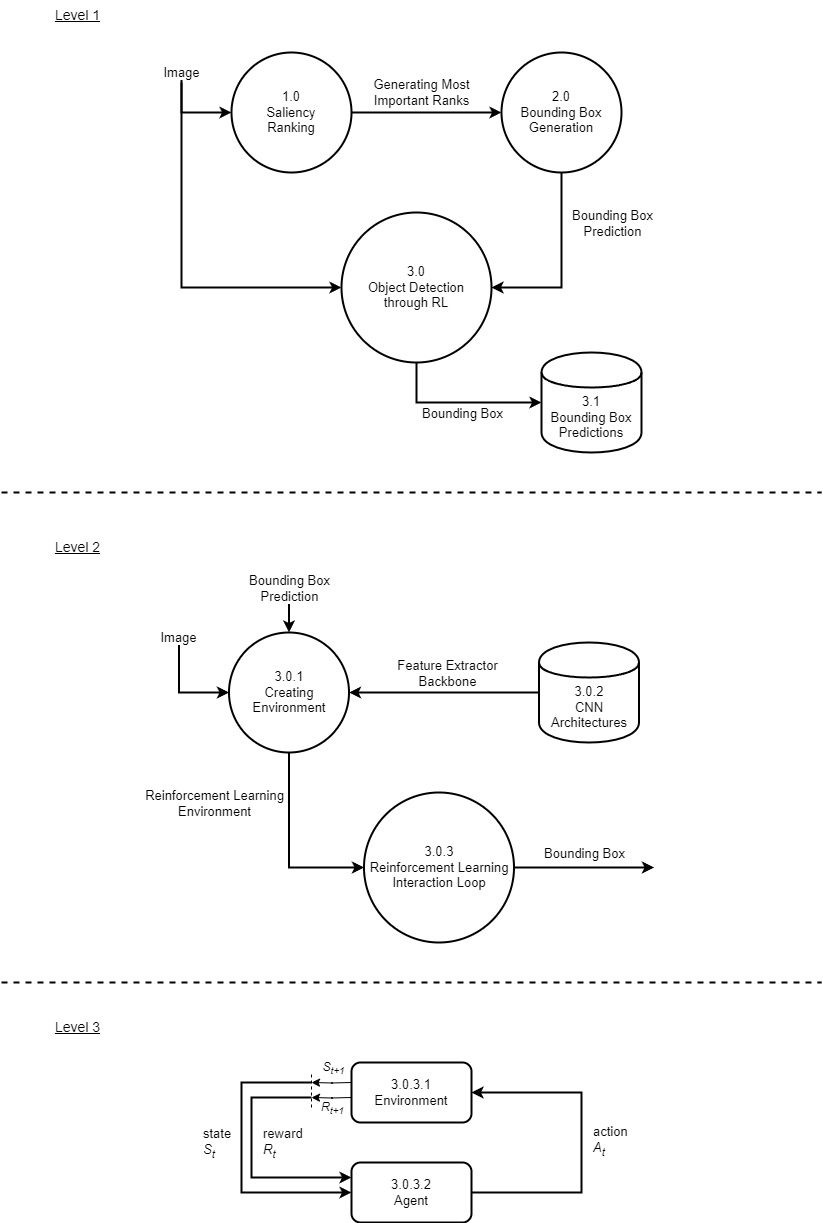
This is Diagrams/DFD.png from mbar0075/SaRLVision, a draw.io export, as it was before one commit. Source tidied: cells renumbered, new cells last; positions are measured from the earlier drawing's top-left corner, leaving out a move shared by most shapes.
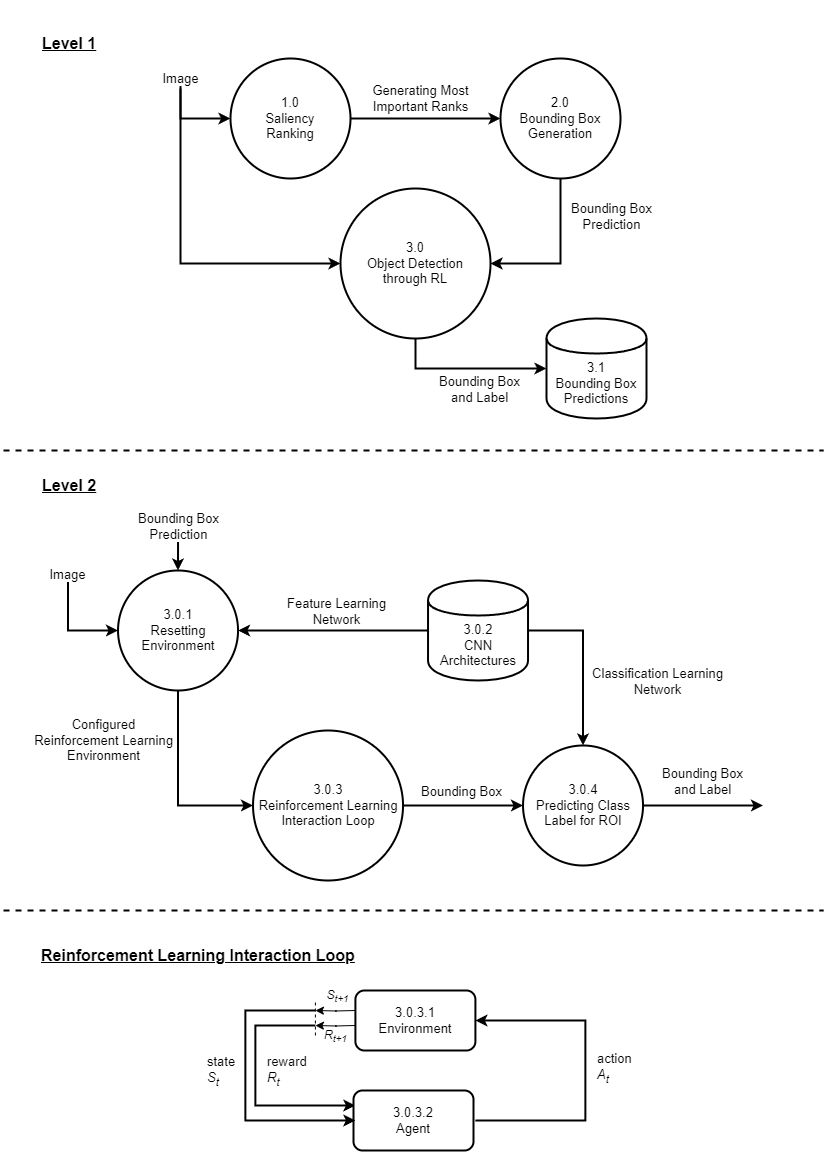
After the commit.

The edit, as a diff of the source:
```diff
@@ -4,10 +4,10 @@
     <mxCell id="1" parent="0" />
     <mxCell id="2" value="&lt;font style=&quot;font-size: 13px;&quot;&gt;Image&lt;/font&gt;" style="edgeStyle=orthogonalEdgeStyle;rounded=0;jettySize=auto;html=1;entryX=0;entryY=0.5;entryDx=0;entryDy=0;strokeWidth=2;" parent="1" edge="1" target="4">
       <mxGeometry x="-1" relative="1" as="geometry">
-        <mxPoint x="180" y="72" as="sourcePoint" />
+        <mxPoint x="176" y="50" as="sourcePoint" />
         <Array as="points">
-          <mxPoint x="180" y="72" />
-          <mxPoint x="180" y="112" />
+          <mxPoint x="176" y="50" />
+          <mxPoint x="176" y="90" />
         </Array>
       </mxGeometry>
     </mxCell>
@@ -15,7 +15,7 @@
       <mxGeometry x="-0.07" y="20" relative="1" as="geometry" />
     </mxCell>
     <mxCell id="4" value="&lt;font style=&quot;font-size: 13px;&quot;&gt;1.0&lt;br&gt;Saliency &lt;br&gt;Ranking&lt;/font&gt;" style="shape=ellipse;html=1;dashed=0;whiteSpace=wrap;perimeter=ellipsePerimeter;strokeWidth=2;" parent="1" vertex="1">
-      <mxGeometry x="230" y="52" width="120" height="120" as="geometry" />
+      <mxGeometry x="226" y="30" width="120" height="120" as="geometry" />
     </mxCell>
     <mxCell id="5" style="edgeStyle=orthogonalEdgeStyle;rounded=0;jettySize=auto;html=1;exitX=0.5;exitY=1;exitDx=0;exitDy=0;entryX=1;entryY=0.5;entryDx=0;entryDy=0;strokeWidth=2;" parent="1" edge="1" source="7" target="11">
       <mxGeometry relative="1" as="geometry" />
@@ -26,48 +26,48 @@
       </mxGeometry>
     </mxCell>
     <mxCell id="7" value="&lt;font style=&quot;font-size: 13px;&quot;&gt;2.0&lt;br&gt;Bounding Box&lt;br&gt;Generation&lt;br&gt;&lt;/font&gt;" style="shape=ellipse;html=1;dashed=0;whiteSpace=wrap;perimeter=ellipsePerimeter;strokeWidth=2;" parent="1" vertex="1">
-      <mxGeometry x="500" y="52" width="120" height="120" as="geometry" />
+      <mxGeometry x="496" y="30" width="120" height="120" as="geometry" />
     </mxCell>
     <mxCell id="8" style="edgeStyle=orthogonalEdgeStyle;rounded=0;jettySize=auto;html=1;entryX=0;entryY=0.5;entryDx=0;entryDy=0;strokeWidth=2;" parent="1" edge="1" target="11">
       <mxGeometry relative="1" as="geometry">
-        <mxPoint x="180" y="82" as="sourcePoint" />
+        <mxPoint x="176" y="60" as="sourcePoint" />
         <Array as="points">
-          <mxPoint x="180" y="102" />
-          <mxPoint x="180" y="287" />
+          <mxPoint x="176" y="80" />
+          <mxPoint x="176" y="265" />
         </Array>
       </mxGeometry>
     </mxCell>
     <mxCell id="9" style="edgeStyle=orthogonalEdgeStyle;rounded=0;jettySize=auto;html=1;exitX=0.5;exitY=1;exitDx=0;exitDy=0;strokeWidth=2;" parent="1" edge="1" source="11" target="12">
       <mxGeometry relative="1" as="geometry" />
     </mxCell>
-    <mxCell id="10" value="&lt;font style=&quot;font-size: 13px;&quot;&gt;Bounding Box&lt;/font&gt;" style="edgeLabel;html=1;align=center;verticalAlign=middle;" parent="9" vertex="1">
+    <mxCell id="10" value="&lt;font style=&quot;font-size: 13px;&quot;&gt;Bounding Box &lt;br&gt;and Label&lt;/font&gt;" style="edgeLabel;html=1;align=center;verticalAlign=middle;" parent="9" vertex="1">
       <mxGeometry x="-0.06" y="-3" relative="1" as="geometry">
-        <mxPoint x="8" y="7" as="offset" />
+        <mxPoint x="18" y="17" as="offset" />
       </mxGeometry>
     </mxCell>
     <mxCell id="11" value="&lt;font style=&quot;font-size: 13px;&quot;&gt;3.0&lt;br&gt;Object Detection&lt;br&gt;through RL&lt;br&gt;&lt;/font&gt;" style="shape=ellipse;html=1;dashed=0;whiteSpace=wrap;perimeter=ellipsePerimeter;strokeWidth=2;" parent="1" vertex="1">
-      <mxGeometry x="340" y="212" width="150" height="150" as="geometry" />
+      <mxGeometry x="336" y="160" width="150" height="150" as="geometry" />
     </mxCell>
     <mxCell id="12" value="&lt;font style=&quot;font-size: 13px;&quot;&gt;3.1&lt;br&gt;Bounding Box &lt;br&gt;Predictions&lt;/font&gt;" style="shape=cylinder;whiteSpace=wrap;html=1;boundedLbl=1;backgroundOutline=1;strokeWidth=2;" parent="1" vertex="1">
-      <mxGeometry x="540" y="352" width="100" height="100" as="geometry" />
+      <mxGeometry x="542" y="290" width="100" height="100" as="geometry" />
     </mxCell>
-    <mxCell id="13" value="&lt;font style=&quot;font-size: 14px;&quot;&gt;&lt;u&gt;Level 1&lt;/u&gt;&lt;/font&gt;" style="text;html=1;align=center;verticalAlign=middle;strokeColor=none;fillColor=none;" parent="1" vertex="1">
-      <mxGeometry x="41" width="70" height="30" as="geometry" />
+    <mxCell id="13" value="&lt;font size=&quot;1&quot; style=&quot;&quot;&gt;&lt;u style=&quot;font-size: 16px;&quot;&gt;&lt;b&gt;Level 1&lt;/b&gt;&lt;/u&gt;&lt;/font&gt;" style="text;html=1;align=left;verticalAlign=middle;strokeColor=none;fillColor=none;" parent="1" vertex="1">
+      <mxGeometry x="36" width="80" height="30" as="geometry" />
     </mxCell>
     <mxCell id="14" style="endArrow=none;dashed=1;html=1;rounded=0;strokeWidth=2;jumpSize=25;" parent="1" edge="1">
       <mxGeometry relative="1" as="geometry">
-        <mxPoint y="492" as="sourcePoint" />
-        <mxPoint x="820" y="492" as="targetPoint" />
+        <mxPoint x="-1" y="422" as="sourcePoint" />
+        <mxPoint x="819" y="422" as="targetPoint" />
       </mxGeometry>
     </mxCell>
-    <mxCell id="15" value="&lt;font style=&quot;font-size: 14px;&quot;&gt;&lt;u&gt;Level 2&lt;/u&gt;&lt;/font&gt;" style="text;html=1;align=center;verticalAlign=middle;strokeColor=none;fillColor=none;" parent="1" vertex="1">
-      <mxGeometry x="41" y="532" width="70" height="30" as="geometry" />
+    <mxCell id="15" value="&lt;font size=&quot;1&quot; style=&quot;&quot;&gt;&lt;u style=&quot;font-size: 16px;&quot;&gt;&lt;b&gt;Level 2&lt;/b&gt;&lt;/u&gt;&lt;/font&gt;" style="text;html=1;align=left;verticalAlign=middle;strokeColor=none;fillColor=none;" parent="1" vertex="1">
+      <mxGeometry x="36" y="442" width="80" height="30" as="geometry" />
     </mxCell>
     <mxCell id="16" style="edgeStyle=orthogonalEdgeStyle;rounded=0;jettySize=auto;html=1;entryX=0.5;entryY=0;entryDx=0;entryDy=0;strokeWidth=2;" parent="1" edge="1" target="20">
       <mxGeometry relative="1" as="geometry">
-        <mxPoint x="287.5" y="582" as="sourcePoint" />
+        <mxPoint x="173.5" y="492" as="sourcePoint" />
         <Array as="points">
-          <mxPoint x="287.5" y="582" />
+          <mxPoint x="173.5" y="492" />
         </Array>
       </mxGeometry>
     </mxCell>
@@ -79,41 +79,47 @@
     <mxCell id="18" style="edgeStyle=orthogonalEdgeStyle;rounded=0;jettySize=auto;html=1;exitX=0.5;exitY=1;exitDx=0;exitDy=0;entryX=0;entryY=0.5;entryDx=0;entryDy=0;strokeWidth=2;" parent="1" edge="1" source="20" target="28">
       <mxGeometry relative="1" as="geometry" />
     </mxCell>
-    <mxCell id="19" value="&lt;font style=&quot;font-size: 13px;&quot;&gt;Reinforcement Learning&lt;br&gt;Environment&lt;/font&gt;" style="edgeLabel;html=1;align=center;verticalAlign=middle;" parent="18" vertex="1">
+    <mxCell id="19" value="&lt;font style=&quot;font-size: 13px;&quot;&gt;Configured&lt;br&gt;Reinforcement Learning&lt;br&gt;Environment&lt;br&gt;&lt;/font&gt;" style="edgeLabel;html=1;align=center;verticalAlign=middle;" parent="18" vertex="1">
       <mxGeometry x="-0.59" y="-2" relative="1" as="geometry">
         <mxPoint x="-73" y="11" as="offset" />
       </mxGeometry>
     </mxCell>
-    <mxCell id="20" value="&lt;font style=&quot;font-size: 13px;&quot;&gt;3.0.1&lt;br&gt;Creating&lt;br&gt;Environment&lt;br&gt;&lt;/font&gt;" style="shape=ellipse;html=1;dashed=0;whiteSpace=wrap;perimeter=ellipsePerimeter;strokeWidth=2;" parent="1" vertex="1">
-      <mxGeometry x="227.5" y="632" width="120" height="120" as="geometry" />
+    <mxCell id="20" value="&lt;font style=&quot;font-size: 13px;&quot;&gt;3.0.1&lt;br&gt;Resetting&lt;br&gt;Environment&lt;br&gt;&lt;/font&gt;" style="shape=ellipse;html=1;dashed=0;whiteSpace=wrap;perimeter=ellipsePerimeter;strokeWidth=2;" parent="1" vertex="1">
+      <mxGeometry x="113.5" y="542" width="120" height="120" as="geometry" />
     </mxCell>
     <mxCell id="21" style="edgeStyle=orthogonalEdgeStyle;rounded=0;jettySize=auto;html=1;exitX=0;exitY=0.5;exitDx=0;exitDy=0;entryX=1;entryY=0.5;entryDx=0;entryDy=0;strokeWidth=2;" parent="1" edge="1" source="23" target="20">
       <mxGeometry relative="1" as="geometry" />
     </mxCell>
-    <mxCell id="22" value="&lt;font style=&quot;font-size: 13px;&quot;&gt;Feature Extractor&lt;br&gt;Backbone&lt;/font&gt;" style="edgeLabel;html=1;align=center;verticalAlign=middle;" parent="21" vertex="1">
+    <mxCell id="22" value="&lt;font style=&quot;font-size: 13px;&quot;&gt;Feature Learning&lt;br&gt;Network&lt;br&gt;&lt;/font&gt;" style="edgeLabel;html=1;align=center;verticalAlign=middle;" parent="21" vertex="1">
       <mxGeometry x="-0.03" y="-4" relative="1" as="geometry">
         <mxPoint y="-16" as="offset" />
       </mxGeometry>
     </mxCell>
+    <mxCell id="44" style="edgeStyle=orthogonalEdgeStyle;rounded=0;jettySize=auto;html=1;exitX=1;exitY=0.5;exitDx=0;exitDy=0;entryX=0.5;entryY=0;entryDx=0;entryDy=0;strokeWidth=2;" parent="1" edge="1" source="23" target="46">
+      <mxGeometry relative="1" as="geometry" />
+    </mxCell>
+    <mxCell id="45" value="&lt;font style=&quot;font-size: 13px;&quot;&gt;Classification Learning&lt;br&gt;Network&lt;/font&gt;" style="edgeLabel;html=1;align=center;verticalAlign=middle;" parent="44" vertex="1">
+      <mxGeometry x="-0.12" y="-2" relative="1" as="geometry">
+        <mxPoint x="76" y="30" as="offset" />
+      </mxGeometry>
+    </mxCell>
     <mxCell id="23" value="&lt;font style=&quot;font-size: 13px;&quot;&gt;3.0.2&lt;br&gt;CNN Architectures&lt;br&gt;&lt;/font&gt;" style="shape=cylinder;whiteSpace=wrap;html=1;boundedLbl=1;backgroundOutline=1;strokeWidth=2;" parent="1" vertex="1">
-      <mxGeometry x="537.5" y="642" width="100" height="100" as="geometry" />
+      <mxGeometry x="423.5" y="552" width="100" height="100" as="geometry" />
     </mxCell>
     <mxCell id="24" style="edgeStyle=orthogonalEdgeStyle;rounded=0;jettySize=auto;html=1;entryX=0;entryY=0.5;entryDx=0;entryDy=0;strokeWidth=2;" parent="1" edge="1" target="20">
       <mxGeometry relative="1" as="geometry">
-        <mxPoint x="177.5" y="632" as="sourcePoint" />
+        <mxPoint x="63.5" y="542" as="sourcePoint" />
         <Array as="points">
-          <mxPoint x="177.5" y="632" />
-          <mxPoint x="177.5" y="692" />
+          <mxPoint x="63.5" y="542" />
+          <mxPoint x="63.5" y="602" />
         </Array>
       </mxGeometry>
     </mxCell>
     <mxCell id="25" value="&lt;font style=&quot;font-size: 13px;&quot;&gt;Image&lt;/font&gt;" style="edgeLabel;html=1;align=center;verticalAlign=middle;" parent="24" vertex="1">
       <mxGeometry x="-0.93" y="-1" relative="1" as="geometry" />
     </mxCell>
-    <mxCell id="26" style="edgeStyle=orthogonalEdgeStyle;rounded=0;jettySize=auto;html=1;exitX=1;exitY=0.5;exitDx=0;exitDy=0;strokeWidth=2;" parent="1" edge="1" source="28">
-      <mxGeometry relative="1" as="geometry">
-        <mxPoint x="652.5" y="867" as="targetPoint" />
-      </mxGeometry>
+    <mxCell id="26" style="edgeStyle=orthogonalEdgeStyle;rounded=0;jettySize=auto;html=1;exitX=1;exitY=0.5;exitDx=0;exitDy=0;strokeWidth=2;entryX=0;entryY=0.5;entryDx=0;entryDy=0;" parent="1" edge="1" source="28" target="46">
+      <mxGeometry relative="1" as="geometry" />
     </mxCell>
     <mxCell id="27" value="&lt;span style=&quot;font-size: 13px;&quot;&gt;Bounding Box&lt;/span&gt;" style="edgeLabel;html=1;align=center;verticalAlign=middle;" parent="26" vertex="1">
       <mxGeometry x="0.19" y="1" relative="1" as="geometry">
@@ -121,21 +127,21 @@
       </mxGeometry>
     </mxCell>
     <mxCell id="28" value="&lt;font style=&quot;font-size: 13px;&quot;&gt;3.0.3&lt;br&gt;Reinforcement Learning Interaction Loop&lt;br&gt;&lt;/font&gt;" style="shape=ellipse;html=1;dashed=0;whiteSpace=wrap;perimeter=ellipsePerimeter;strokeWidth=2;" parent="1" vertex="1">
-      <mxGeometry x="362.5" y="792" width="150" height="150" as="geometry" />
+      <mxGeometry x="248.5" y="702" width="150" height="150" as="geometry" />
     </mxCell>
     <mxCell id="29" style="endArrow=none;dashed=1;html=1;rounded=0;strokeWidth=2;jumpSize=25;" parent="1" edge="1">
       <mxGeometry relative="1" as="geometry">
-        <mxPoint y="982" as="sourcePoint" />
-        <mxPoint x="820" y="982" as="targetPoint" />
+        <mxPoint x="-1" y="882" as="sourcePoint" />
+        <mxPoint x="819" y="882" as="targetPoint" />
       </mxGeometry>
     </mxCell>
-    <mxCell id="30" value="&lt;font style=&quot;font-size: 14px;&quot;&gt;&lt;u&gt;Level 3&lt;/u&gt;&lt;/font&gt;" style="text;html=1;align=center;verticalAlign=middle;strokeColor=none;fillColor=none;" parent="1" vertex="1">
-      <mxGeometry x="41" y="1012" width="70" height="30" as="geometry" />
+    <mxCell id="30" value="&lt;font size=&quot;1&quot; style=&quot;&quot;&gt;&lt;u style=&quot;font-size: 16px;&quot;&gt;&lt;b&gt;Reinforcement Learning Interaction Loop&lt;/b&gt;&lt;/u&gt;&lt;/font&gt;" style="text;html=1;align=left;verticalAlign=middle;strokeColor=none;fillColor=none;" parent="1" vertex="1">
+      <mxGeometry x="35" y="912" width="340" height="30" as="geometry" />
     </mxCell>
     <mxCell id="31" style="edgeStyle=orthogonalEdgeStyle;rounded=0;orthogonalLoop=1;jettySize=auto;html=1;exitX=0;exitY=0.25;exitDx=0;exitDy=0;" parent="1" edge="1">
       <mxGeometry relative="1" as="geometry">
-        <mxPoint x="350" y="1082" as="sourcePoint" />
-        <mxPoint x="310" y="1082" as="targetPoint" />
+        <mxPoint x="350.9" y="982" as="sourcePoint" />
+        <mxPoint x="310.9" y="982" as="targetPoint" />
       </mxGeometry>
     </mxCell>
     <mxCell id="32" value="&lt;font style=&quot;font-size: 12px;&quot;&gt;&lt;i&gt;S&lt;sub&gt;t+1&lt;/sub&gt;&lt;/i&gt;&lt;/font&gt;" style="edgeLabel;html=1;align=center;verticalAlign=middle;" parent="31" vertex="1">
@@ -145,8 +151,8 @@
     </mxCell>
     <mxCell id="33" style="edgeStyle=orthogonalEdgeStyle;rounded=0;orthogonalLoop=1;jettySize=auto;html=1;exitX=0;exitY=0.5;exitDx=0;exitDy=0;" parent="1" edge="1">
       <mxGeometry relative="1" as="geometry">
-        <mxPoint x="350" y="1097" as="sourcePoint" />
-        <mxPoint x="310" y="1097" as="targetPoint" />
+        <mxPoint x="350.9" y="997" as="sourcePoint" />
+        <mxPoint x="310.9" y="997" as="targetPoint" />
       </mxGeometry>
     </mxCell>
     <mxCell id="34" value="&lt;i style=&quot;font-size: 12px;&quot;&gt;R&lt;sub&gt;t+1&lt;/sub&gt;&lt;/i&gt;" style="edgeLabel;html=1;align=center;verticalAlign=middle;" parent="33" vertex="1">
@@ -155,13 +161,14 @@
       </mxGeometry>
     </mxCell>
     <mxCell id="35" value="&lt;font style=&quot;font-size: 13px;&quot;&gt;3.0.3.1&lt;br&gt;Environment&lt;/font&gt;" style="rounded=1;whiteSpace=wrap;html=1;strokeWidth=2;" parent="1" vertex="1">
-      <mxGeometry x="350" y="1062" width="120" height="60" as="geometry" />
+      <mxGeometry x="350.9" y="962" width="120" height="60" as="geometry" />
     </mxCell>
-    <mxCell id="36" style="edgeStyle=orthogonalEdgeStyle;rounded=0;jettySize=auto;html=1;exitX=1;exitY=0.5;exitDx=0;exitDy=0;strokeWidth=2;entryX=1;entryY=0.5;entryDx=0;entryDy=0;" parent="1" edge="1" source="40" target="35">
+    <mxCell id="36" style="edgeStyle=orthogonalEdgeStyle;rounded=0;jettySize=auto;html=1;exitX=1;exitY=0.5;exitDx=0;exitDy=0;strokeWidth=2;entryX=1;entryY=0.5;entryDx=0;entryDy=0;" parent="1" edge="1" target="35">
       <mxGeometry relative="1" as="geometry">
+        <mxPoint x="470.9" y="1092" as="sourcePoint" />
         <Array as="points">
-          <mxPoint x="580" y="1192" />
-          <mxPoint x="580" y="1092" />
+          <mxPoint x="580.9" y="1092" />
+          <mxPoint x="580.9" y="992" />
         </Array>
       </mxGeometry>
     </mxCell>
@@ -172,11 +179,11 @@
     </mxCell>
     <mxCell id="38" style="edgeStyle=orthogonalEdgeStyle;rounded=0;orthogonalLoop=1;jettySize=auto;html=1;exitX=0;exitY=0.25;exitDx=0;exitDy=0;strokeWidth=2;endArrow=none;endFill=0;startArrow=classic;startFill=1;" parent="1" edge="1">
       <mxGeometry relative="1" as="geometry">
-        <mxPoint x="350" y="1177" as="sourcePoint" />
-        <mxPoint x="310" y="1097" as="targetPoint" />
+        <mxPoint x="350.9" y="1077" as="sourcePoint" />
+        <mxPoint x="310.9" y="997" as="targetPoint" />
         <Array as="points">
-          <mxPoint x="250" y="1177" />
-          <mxPoint x="250" y="1097" />
+          <mxPoint x="250.9" y="1077" />
+          <mxPoint x="250.9" y="997" />
         </Array>
       </mxGeometry>
     </mxCell>
@@ -186,15 +193,15 @@
       </mxGeometry>
     </mxCell>
     <mxCell id="40" value="&lt;font style=&quot;font-size: 13px;&quot;&gt;3.0.3.2&lt;br&gt;Agent&lt;/font&gt;" style="rounded=1;whiteSpace=wrap;html=1;strokeWidth=2;" parent="1" vertex="1">
-      <mxGeometry x="350" y="1162" width="120" height="60" as="geometry" />
+      <mxGeometry x="349" y="1062" width="120" height="60" as="geometry" />
     </mxCell>
     <mxCell id="41" style="edgeStyle=orthogonalEdgeStyle;rounded=0;orthogonalLoop=1;jettySize=auto;html=1;exitX=0;exitY=0.5;exitDx=0;exitDy=0;strokeWidth=2;startArrow=classic;startFill=1;endArrow=none;endFill=0;" parent="1" edge="1">
       <mxGeometry relative="1" as="geometry">
-        <mxPoint x="350" y="1192" as="sourcePoint" />
-        <mxPoint x="310" y="1082" as="targetPoint" />
+        <mxPoint x="350.9" y="1092" as="sourcePoint" />
+        <mxPoint x="310.9" y="982" as="targetPoint" />
         <Array as="points">
-          <mxPoint x="240" y="1192" />
-          <mxPoint x="240" y="1082" />
+          <mxPoint x="240.9" y="1092" />
+          <mxPoint x="240.9" y="982" />
         </Array>
       </mxGeometry>
     </mxCell>
@@ -205,9 +212,22 @@
     </mxCell>
     <mxCell id="43" style="endArrow=none;dashed=1;html=1;rounded=0;" parent="1" edge="1">
       <mxGeometry relative="1" as="geometry">
-        <mxPoint x="310" y="1107" as="sourcePoint" />
-        <mxPoint x="310" y="1072" as="targetPoint" />
+        <mxPoint x="310.9" y="1007" as="sourcePoint" />
+        <mxPoint x="310.9" y="972" as="targetPoint" />
       </mxGeometry>
     </mxCell>
+    <mxCell id="46" value="&lt;font style=&quot;font-size: 13px;&quot;&gt;3.0.4&lt;br&gt;Predicting Class&lt;br&gt;Label for ROI&lt;br&gt;&lt;/font&gt;" style="shape=ellipse;html=1;dashed=0;whiteSpace=wrap;perimeter=ellipsePerimeter;strokeWidth=2;" parent="1" vertex="1">
+      <mxGeometry x="518.5" y="717" width="120" height="120" as="geometry" />
+    </mxCell>
+    <mxCell id="47" style="edgeStyle=orthogonalEdgeStyle;rounded=0;jettySize=auto;html=1;exitX=1;exitY=0.5;exitDx=0;exitDy=0;strokeWidth=2;" parent="1" edge="1" source="46">
+      <mxGeometry relative="1" as="geometry">
+        <mxPoint x="758.5" y="777" as="targetPoint" />
+      </mxGeometry>
+    </mxCell>
+    <mxCell id="48" value="&lt;span style=&quot;font-size: 13px;&quot;&gt;Bounding Box&lt;br&gt;and Label&lt;br&gt;&lt;/span&gt;" style="edgeLabel;html=1;align=center;verticalAlign=middle;" parent="47" vertex="1">
+      <mxGeometry x="0.19" y="1" relative="1" as="geometry">
+        <mxPoint x="-13" y="-24" as="offset" />
+      </mxGeometry>
+    </mxCell>
   </root>
 </mxGraphModel>
```
